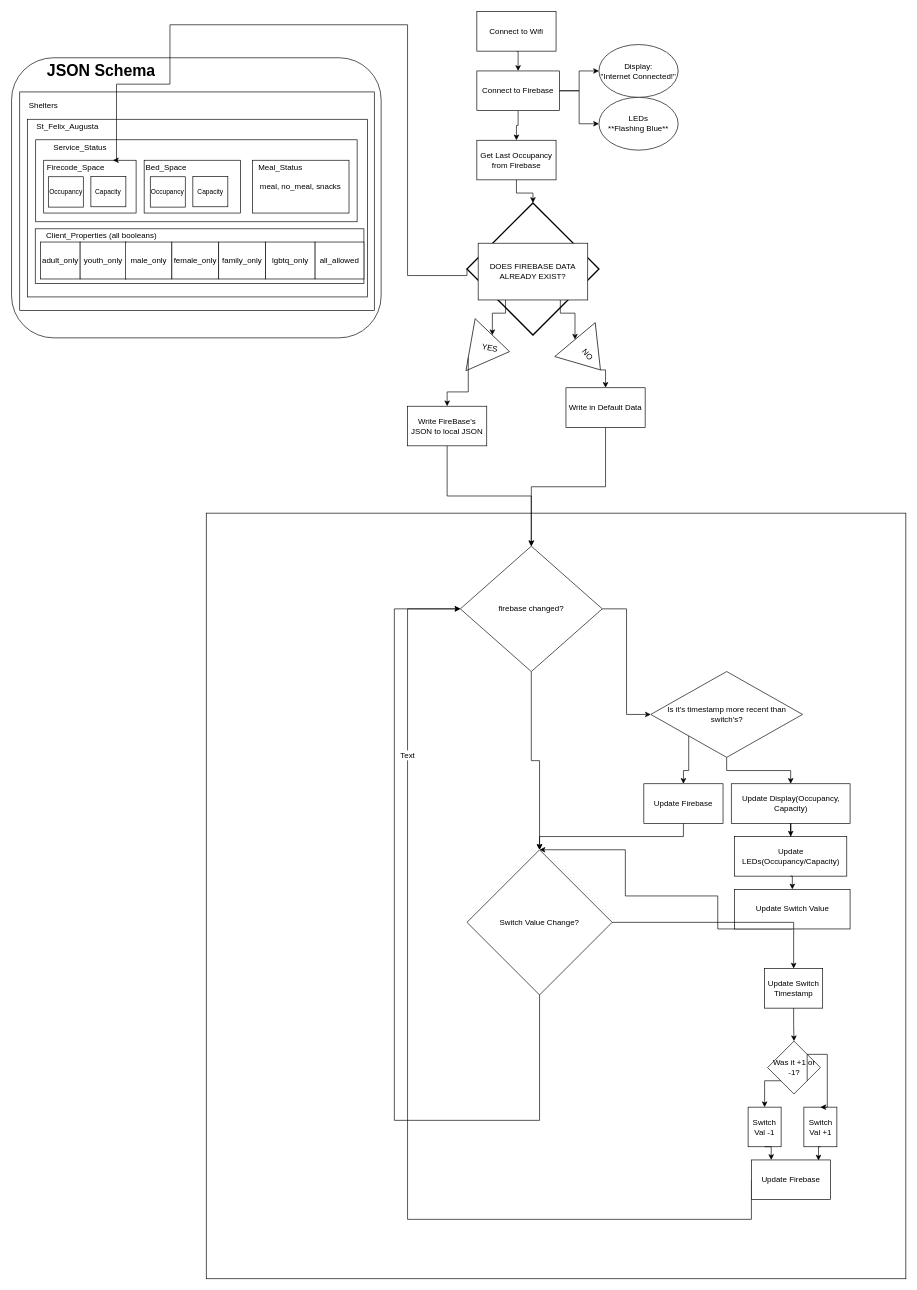
Before: diagrams/chalmers-signal-occupancy.drawio in chalmersproject/openshelter-signal, a draw.io diagram. Source tidied: cells renumbered, new cells numbered last; positions are measured from the earlier drawing's top-left corner, leaving out a move shared by most shapes. Both pictures are drawn from the tidied source at 66%, with x=0, y=0 at pixel (11, 11).
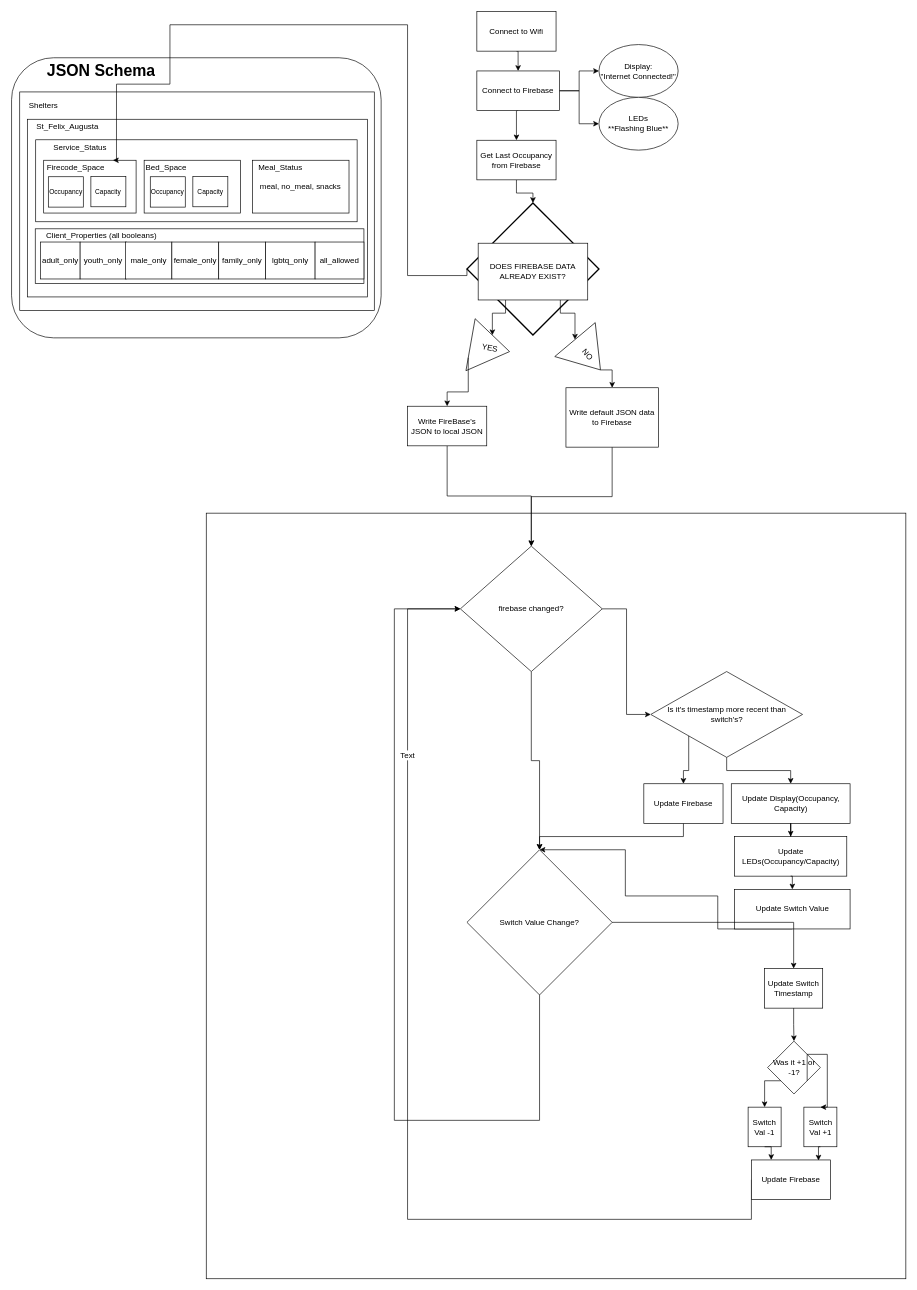
Above is the later version.

Unchanged cells that the change refers to:
```xml
<mxCell id="8" value="Connect to Firebase" style="rounded=0;whiteSpace=wrap;html=1;" parent="1" vertex="1">
  <mxGeometry x="705" y="90" width="125" height="60" as="geometry" />
</mxCell>
<mxCell id="46" value="Get Last Occupancy from Firebase" style="rounded=0;whiteSpace=wrap;html=1;" parent="1" vertex="1">
  <mxGeometry x="705" y="195" width="120" height="60" as="geometry" />
</mxCell>
```

Change to the diagram source:
```diff
@@
     <mxCell id="7" style="edgeStyle=orthogonalEdgeStyle;rounded=0;jettySize=auto;html=1;exitX=0.5;exitY=1;exitDx=0;exitDy=0;entryX=0.5;entryY=0;entryDx=0;entryDy=0;" parent="1" edge="1" source="8" target="46">
-      <mxGeometry relative="1" as="geometry" />
+      <mxGeometry relative="1" as="geometry">
+        <Array as="points">
+          <mxPoint x="765" y="150" />
+        </Array>
+      </mxGeometry>
     </mxCell>
@@
-    <mxCell id="55" value="Write in Default Data" style="rounded=0;whiteSpace=wrap;html=1;" parent="1" vertex="1">
-      <mxGeometry x="840" y="570" width="120" height="60" as="geometry" />
+    <mxCell id="55" value="Write default JSON data to Firebase" style="rounded=0;whiteSpace=wrap;html=1;" parent="1" vertex="1">
+      <mxGeometry x="840" y="570" width="140" height="90" as="geometry" />
     </mxCell>
```
